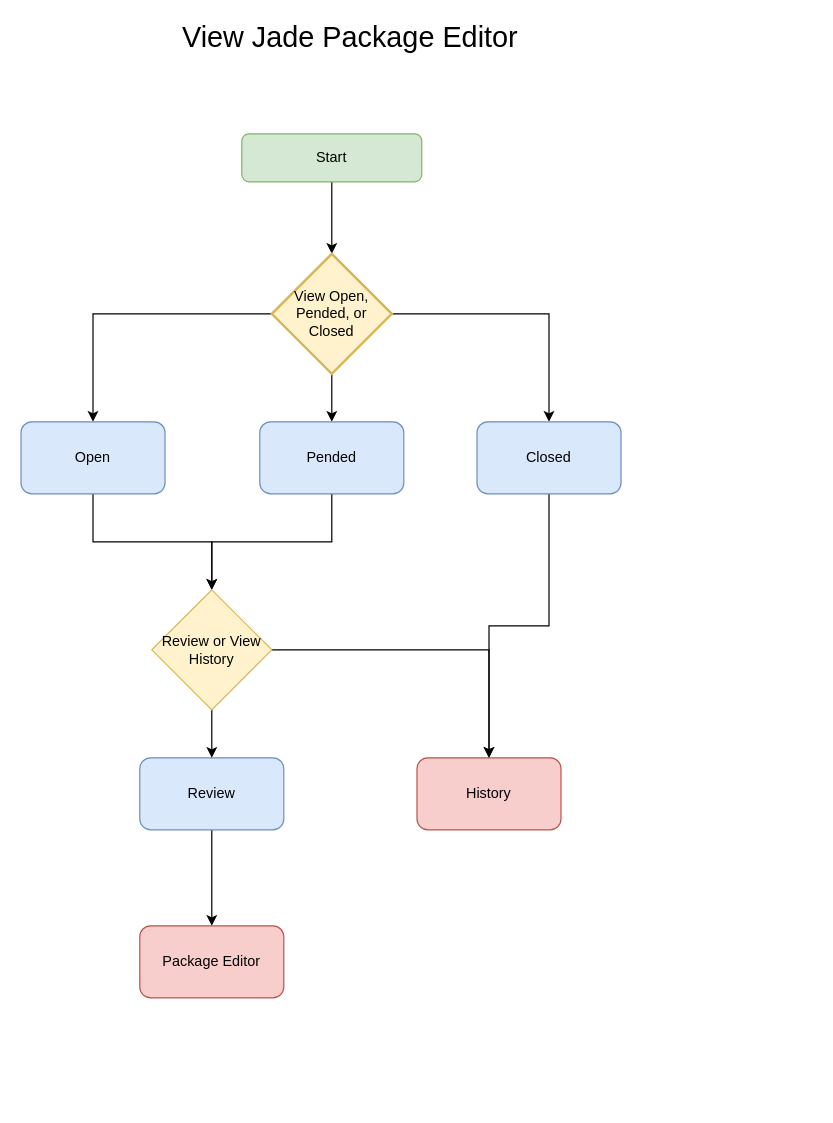
Before: package-editor-flow.drawio in ernestoaparicio/jadex, a draw.io diagram. Source tidied: cells renumbered, new cells numbered last; positions are measured from the earlier drawing's top-left corner, leaving out a move shared by most shapes. Both pictures are drawn from the tidied source at 120%, with x=0, y=0 at pixel (20, 25).
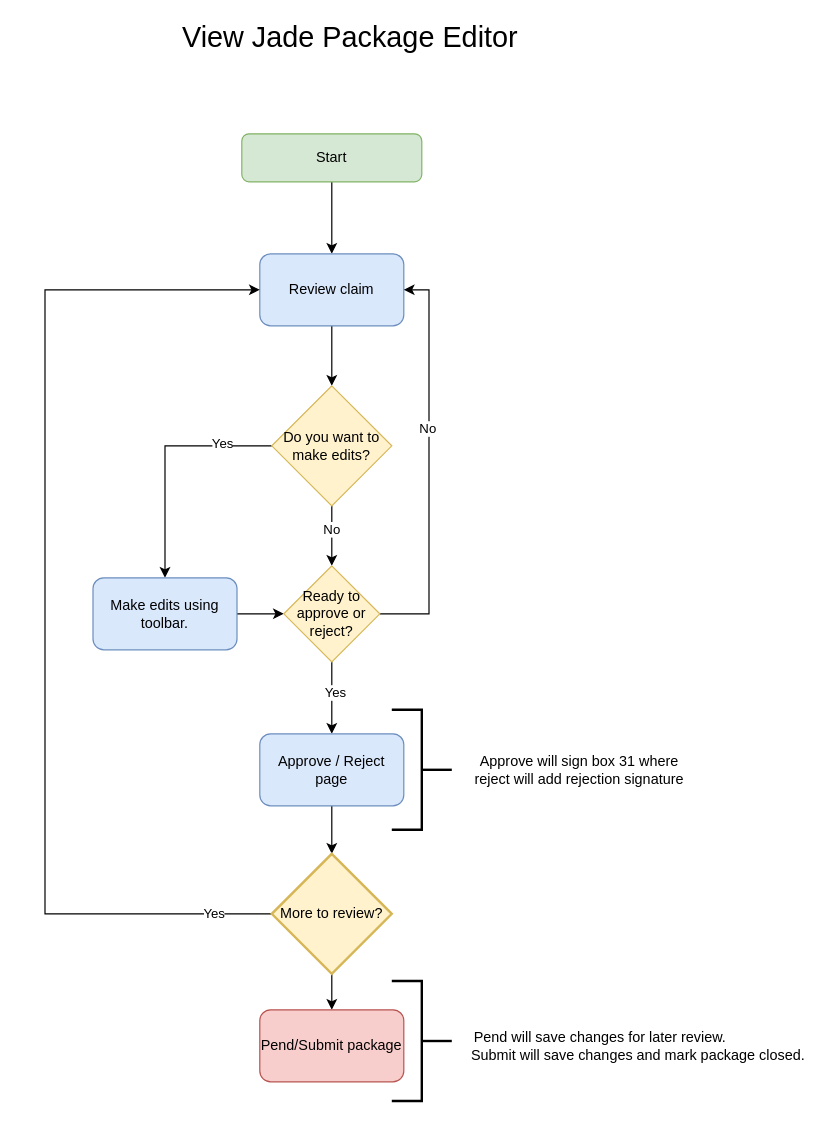
After the change.

The change refers to these unchanged cells:
```xml
<mxCell id="3" value="Start" style="rounded=1;whiteSpace=wrap;html=1;fontSize=12;glass=0;strokeWidth=1;shadow=0;fillColor=#d5e8d4;strokeColor=#82b366;" parent="1" vertex="1">
  <mxGeometry x="184" y="90" width="150" height="40" as="geometry" />
</mxCell>
```

The edit, as a diff of the source:
```diff
@@
-    <mxCell id="2" style="edgeStyle=orthogonalEdgeStyle;rounded=0;jettySize=auto;html=1;exitX=0.5;exitY=1;exitDx=0;exitDy=0;" parent="1" edge="1" source="3" target="8">
-      <mxGeometry relative="1" as="geometry" />
+    <mxCell id="2" style="edgeStyle=orthogonalEdgeStyle;rounded=0;jettySize=auto;html=1;exitX=0.5;exitY=1;exitDx=0;exitDy=0;" parent="1" edge="1" source="3">
+      <mxGeometry relative="1" as="geometry">
+        <mxPoint x="259" y="190" as="targetPoint" />
+      </mxGeometry>
     </mxCell>
@@
-    <mxCell id="5" style="edgeStyle=orthogonalEdgeStyle;rounded=0;jettySize=auto;html=1;exitX=0;exitY=0.5;exitDx=0;exitDy=0;exitPerimeter=0;" parent="1" edge="1" source="8" target="10">
-      <mxGeometry relative="1" as="geometry" />
-    </mxCell>
-    <mxCell id="6" style="edgeStyle=orthogonalEdgeStyle;rounded=0;jettySize=auto;html=1;exitX=0.5;exitY=1;exitDx=0;exitDy=0;exitPerimeter=0;entryX=0.5;entryY=0;entryDx=0;entryDy=0;" parent="1" edge="1" source="8" target="12">
-      <mxGeometry relative="1" as="geometry" />
-    </mxCell>
-    <mxCell id="7" style="edgeStyle=orthogonalEdgeStyle;rounded=0;jettySize=auto;html=1;exitX=1;exitY=0.5;exitDx=0;exitDy=0;exitPerimeter=0;" parent="1" edge="1" source="8" target="14">
-      <mxGeometry relative="1" as="geometry" />
-    </mxCell>
-    <mxCell id="8" value="View Open, Pended, or Closed" style="strokeWidth=2;html=1;shape=mxgraph.flowchart.decision;whiteSpace=wrap;fillColor=#fff2cc;strokeColor=#d6b656;" parent="1" vertex="1">
-      <mxGeometry x="209" y="190" width="100" height="100" as="geometry" />
-    </mxCell>
-    <mxCell id="9" style="edgeStyle=orthogonalEdgeStyle;rounded=0;jettySize=auto;html=1;exitX=0.5;exitY=1;exitDx=0;exitDy=0;" parent="1" edge="1" source="10" target="20">
-      <mxGeometry relative="1" as="geometry" />
-    </mxCell>
-    <mxCell id="10" value="Open" style="rounded=1;whiteSpace=wrap;html=1;fillColor=#dae8fc;strokeColor=#6c8ebf;" parent="1" vertex="1">
-      <mxGeometry y="330" width="120" height="60" as="geometry" />
-    </mxCell>
-    <mxCell id="11" style="edgeStyle=orthogonalEdgeStyle;rounded=0;jettySize=auto;html=1;exitX=0.5;exitY=1;exitDx=0;exitDy=0;entryX=0.5;entryY=0;entryDx=0;entryDy=0;" parent="1" edge="1" source="12" target="20">
-      <mxGeometry relative="1" as="geometry" />
-    </mxCell>
-    <mxCell id="12" value="Pended" style="rounded=1;whiteSpace=wrap;html=1;fillColor=#dae8fc;strokeColor=#6c8ebf;" parent="1" vertex="1">
-      <mxGeometry x="199" y="330" width="120" height="60" as="geometry" />
-    </mxCell>
-    <mxCell id="13" style="edgeStyle=orthogonalEdgeStyle;rounded=0;jettySize=auto;html=1;exitX=0.5;exitY=1;exitDx=0;exitDy=0;entryX=0.5;entryY=0;entryDx=0;entryDy=0;" parent="1" edge="1" source="14" target="17">
-      <mxGeometry relative="1" as="geometry" />
-    </mxCell>
-    <mxCell id="14" value="Closed" style="rounded=1;whiteSpace=wrap;html=1;fillColor=#dae8fc;strokeColor=#6c8ebf;" parent="1" vertex="1">
-      <mxGeometry x="380" y="330" width="120" height="60" as="geometry" />
-    </mxCell>
-    <mxCell id="15" style="edgeStyle=orthogonalEdgeStyle;rounded=0;jettySize=auto;html=1;exitX=0.5;exitY=1;exitDx=0;exitDy=0;entryX=0.5;entryY=0;entryDx=0;entryDy=0;" parent="1" edge="1" source="16" target="21">
-      <mxGeometry relative="1" as="geometry" />
-    </mxCell>
-    <mxCell id="16" value="Review" style="rounded=1;whiteSpace=wrap;html=1;fillColor=#dae8fc;strokeColor=#6c8ebf;" parent="1" vertex="1">
-      <mxGeometry x="99" y="610" width="120" height="60" as="geometry" />
-    </mxCell>
-    <mxCell id="17" value="History" style="rounded=1;whiteSpace=wrap;html=1;fillColor=#f8cecc;strokeColor=#b85450;" parent="1" vertex="1">
-      <mxGeometry x="330" y="610" width="120" height="60" as="geometry" />
-    </mxCell>
-    <mxCell id="18" style="edgeStyle=orthogonalEdgeStyle;rounded=0;jettySize=auto;html=1;exitX=1;exitY=0.5;exitDx=0;exitDy=0;entryX=0.5;entryY=0;entryDx=0;entryDy=0;" parent="1" edge="1" source="20" target="17">
-      <mxGeometry relative="1" as="geometry" />
-    </mxCell>
-    <mxCell id="19" style="edgeStyle=orthogonalEdgeStyle;rounded=0;jettySize=auto;html=1;exitX=0.5;exitY=1;exitDx=0;exitDy=0;" parent="1" edge="1" source="20" target="16">
-      <mxGeometry relative="1" as="geometry" />
-    </mxCell>
-    <mxCell id="20" value="Review or View History" style="rhombus;whiteSpace=wrap;html=1;fillColor=#fff2cc;strokeColor=#d6b656;" parent="1" vertex="1">
-      <mxGeometry x="109" y="470" width="100" height="100" as="geometry" />
-    </mxCell>
-    <mxCell id="21" value="Package Editor" style="rounded=1;whiteSpace=wrap;html=1;fillColor=#f8cecc;strokeColor=#b85450;" parent="1" vertex="1">
-      <mxGeometry x="99" y="750" width="120" height="60" as="geometry" />
-    </mxCell>
+    <mxCell id="22" style="edgeStyle=orthogonalEdgeStyle;rounded=0;jettySize=auto;html=1;exitX=0.5;exitY=1;exitDx=0;exitDy=0;entryX=0.5;entryY=0;entryDx=0;entryDy=0;" parent="1" edge="1" source="23" target="28">
+      <mxGeometry relative="1" as="geometry" />
+    </mxCell>
+    <mxCell id="23" value="Review claim" style="rounded=1;whiteSpace=wrap;html=1;fillColor=#dae8fc;strokeColor=#6c8ebf;" parent="1" vertex="1">
+      <mxGeometry x="199" y="190" width="120" height="60" as="geometry" />
+    </mxCell>
+    <mxCell id="24" style="edgeStyle=orthogonalEdgeStyle;rounded=0;jettySize=auto;html=1;exitX=0;exitY=0.5;exitDx=0;exitDy=0;entryX=0.5;entryY=0;entryDx=0;entryDy=0;" parent="1" edge="1" source="28" target="30">
+      <mxGeometry relative="1" as="geometry" />
+    </mxCell>
+    <mxCell id="25" value="Yes" style="edgeLabel;html=1;align=center;verticalAlign=middle;" parent="24" vertex="1">
+      <mxGeometry x="-0.58" y="-3" relative="1" as="geometry" />
+    </mxCell>
+    <mxCell id="26" style="edgeStyle=orthogonalEdgeStyle;rounded=0;jettySize=auto;html=1;exitX=0.5;exitY=1;exitDx=0;exitDy=0;entryX=0.5;entryY=0;entryDx=0;entryDy=0;" parent="1" edge="1" source="28" target="35">
+      <mxGeometry relative="1" as="geometry" />
+    </mxCell>
+    <mxCell id="27" value="No" style="edgeLabel;html=1;align=center;verticalAlign=middle;" parent="26" vertex="1">
+      <mxGeometry x="-0.25" y="-1" relative="1" as="geometry" />
+    </mxCell>
+    <mxCell id="28" value="Do you want to make edits?" style="rhombus;whiteSpace=wrap;html=1;fillColor=#fff2cc;strokeColor=#d6b656;" parent="1" vertex="1">
+      <mxGeometry x="209" y="300" width="100" height="100" as="geometry" />
+    </mxCell>
+    <mxCell id="29" style="edgeStyle=orthogonalEdgeStyle;rounded=0;jettySize=auto;html=1;exitX=1;exitY=0.5;exitDx=0;exitDy=0;entryX=0;entryY=0.5;entryDx=0;entryDy=0;" parent="1" edge="1" source="30" target="35">
+      <mxGeometry relative="1" as="geometry" />
+    </mxCell>
+    <mxCell id="30" value="Make edits using toolbar." style="rounded=1;whiteSpace=wrap;html=1;fillColor=#dae8fc;strokeColor=#6c8ebf;" parent="1" vertex="1">
+      <mxGeometry x="60" y="460" width="120" height="60" as="geometry" />
+    </mxCell>
+    <mxCell id="31" style="edgeStyle=orthogonalEdgeStyle;rounded=0;jettySize=auto;html=1;exitX=0.5;exitY=1;exitDx=0;exitDy=0;entryX=0.5;entryY=0;entryDx=0;entryDy=0;" parent="1" edge="1" source="35" target="37">
+      <mxGeometry relative="1" as="geometry" />
+    </mxCell>
+    <mxCell id="32" value="Yes" style="edgeLabel;html=1;align=center;verticalAlign=middle;" parent="31" vertex="1">
+      <mxGeometry x="-0.17" y="2" relative="1" as="geometry" />
+    </mxCell>
+    <mxCell id="33" style="edgeStyle=orthogonalEdgeStyle;rounded=0;jettySize=auto;html=1;exitX=1;exitY=0.5;exitDx=0;exitDy=0;entryX=1;entryY=0.5;entryDx=0;entryDy=0;" parent="1" edge="1" source="35" target="23">
+      <mxGeometry relative="1" as="geometry">
+        <Array as="points">
+          <mxPoint x="340" y="490" />
+          <mxPoint x="340" y="220" />
+        </Array>
+      </mxGeometry>
+    </mxCell>
+    <mxCell id="34" value="No" style="edgeLabel;html=1;align=center;verticalAlign=middle;" parent="33" vertex="1">
+      <mxGeometry x="0.18" y="2" relative="1" as="geometry" />
+    </mxCell>
+    <mxCell id="35" value="Ready to approve or reject?" style="rhombus;whiteSpace=wrap;html=1;fillColor=#fff2cc;strokeColor=#d6b656;" parent="1" vertex="1">
+      <mxGeometry x="219" y="450" width="80" height="80" as="geometry" />
+    </mxCell>
+    <mxCell id="36" style="edgeStyle=orthogonalEdgeStyle;rounded=0;jettySize=auto;html=1;exitX=0.5;exitY=1;exitDx=0;exitDy=0;entryX=0.5;entryY=0;entryDx=0;entryDy=0;entryPerimeter=0;" parent="1" edge="1" source="37" target="43">
+      <mxGeometry relative="1" as="geometry" />
+    </mxCell>
+    <mxCell id="37" value="Approve / Reject page" style="rounded=1;whiteSpace=wrap;html=1;fillColor=#dae8fc;strokeColor=#6c8ebf;" parent="1" vertex="1">
+      <mxGeometry x="199" y="590" width="120" height="60" as="geometry" />
+    </mxCell>
+    <mxCell id="38" style="strokeWidth=2;html=1;shape=mxgraph.flowchart.annotation_2;align=left;labelPosition=right;direction=west;" parent="1" vertex="1">
+      <mxGeometry x="309" y="570" width="50" height="100" as="geometry" />
+    </mxCell>
+    <mxCell id="39" value="Approve will sign box 31 where &lt;br&gt;reject will add rejection signature" style="text;html=1;align=center;verticalAlign=middle;" parent="1" vertex="1">
+      <mxGeometry x="370" y="605" width="190" height="30" as="geometry" />
+    </mxCell>
+    <mxCell id="40" style="edgeStyle=orthogonalEdgeStyle;rounded=0;jettySize=auto;html=1;exitX=0;exitY=0.5;exitDx=0;exitDy=0;exitPerimeter=0;entryX=0;entryY=0.5;entryDx=0;entryDy=0;" parent="1" edge="1" source="43" target="23">
+      <mxGeometry relative="1" as="geometry">
+        <Array as="points">
+          <mxPoint x="20" y="740" />
+          <mxPoint x="20" y="220" />
+        </Array>
+      </mxGeometry>
+    </mxCell>
+    <mxCell id="41" value="Yes" style="edgeLabel;html=1;align=center;verticalAlign=middle;" parent="40" vertex="1">
+      <mxGeometry x="-0.89" y="-1" relative="1" as="geometry" />
+    </mxCell>
+    <mxCell id="42" style="edgeStyle=orthogonalEdgeStyle;rounded=0;jettySize=auto;html=1;exitX=0.5;exitY=1;exitDx=0;exitDy=0;exitPerimeter=0;entryX=0.5;entryY=0;entryDx=0;entryDy=0;" parent="1" edge="1" source="43" target="44">
+      <mxGeometry relative="1" as="geometry" />
+    </mxCell>
+    <mxCell id="43" value="More to review?" style="strokeWidth=2;html=1;shape=mxgraph.flowchart.decision;whiteSpace=wrap;fillColor=#fff2cc;strokeColor=#d6b656;" parent="1" vertex="1">
+      <mxGeometry x="209" y="690" width="100" height="100" as="geometry" />
+    </mxCell>
+    <mxCell id="44" value="Pend/Submit package" style="rounded=1;whiteSpace=wrap;html=1;fillColor=#f8cecc;strokeColor=#b85450;" parent="1" vertex="1">
+      <mxGeometry x="199" y="820" width="120" height="60" as="geometry" />
+    </mxCell>
+    <mxCell id="45" style="strokeWidth=2;html=1;shape=mxgraph.flowchart.annotation_2;align=left;labelPosition=right;direction=west;" parent="1" vertex="1">
+      <mxGeometry x="309" y="796" width="50" height="100" as="geometry" />
+    </mxCell>
+    <mxCell id="46" value="Pend will save changes for later review.&amp;nbsp; &lt;br&gt;&amp;nbsp; &amp;nbsp; &amp;nbsp; &amp;nbsp; &amp;nbsp; &amp;nbsp; &amp;nbsp; &amp;nbsp; &amp;nbsp; Submit will save changes and mark package closed." style="text;html=1;align=center;verticalAlign=middle;" parent="1" vertex="1">
+      <mxGeometry x="309" y="835" width="350" height="30" as="geometry" />
+    </mxCell>
```
